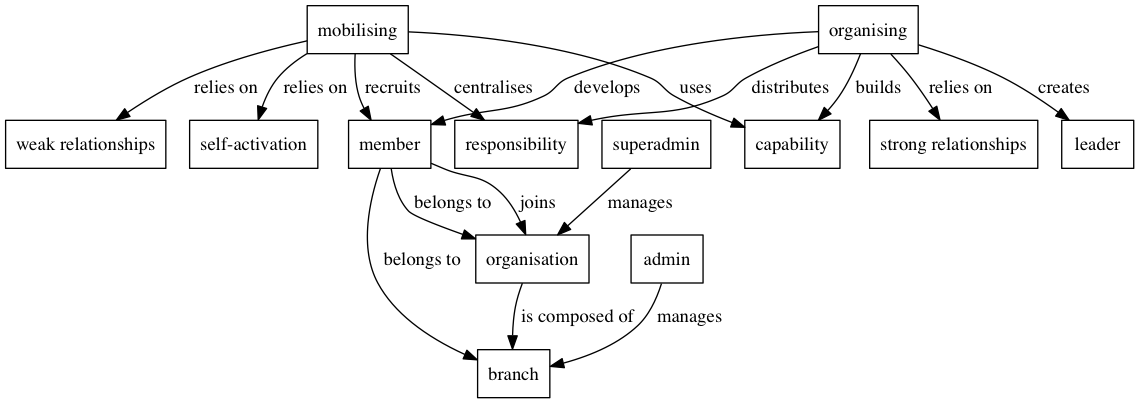
Above: concept_map.png in rabblerouser/docs (Graphviz), before the change. Its source is kept beside it as concept_map.gv.
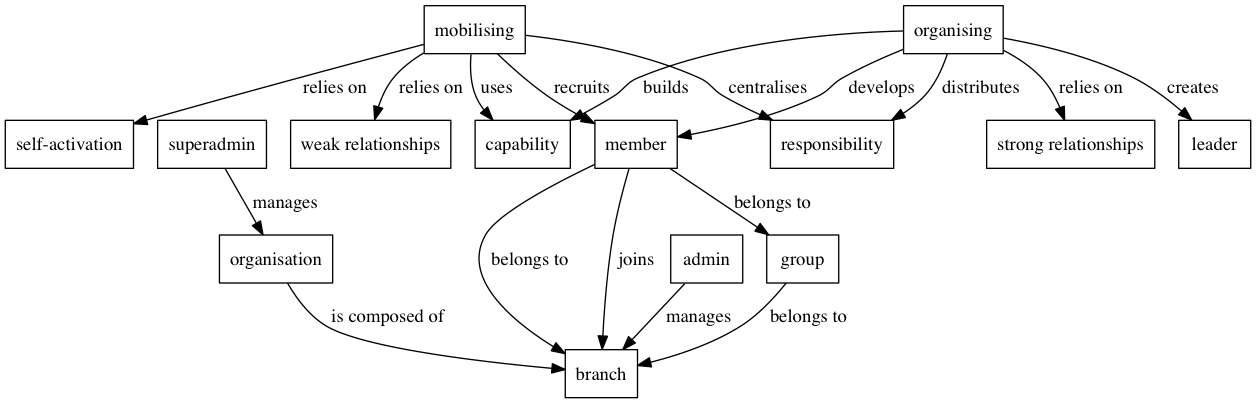
Later version of the same file.

Commit message:
update relationship between member, branch and organisation

The edit, as a diff of the source:
```diff
@@ -1,9 +1,11 @@
 digraph G {
   node [shape=rectangle]
 
-  member -> organisation [label=" joins "]
   member -> branch [label=" belongs to "]
-  member -> organisation [label=" belongs to "]
+  member -> branch [label=" joins "]
+
+  group -> branch [label=" belongs to "]
+  member -> group [label=" belongs to "]
 
   admin -> branch [label=" manages "]
   superadmin -> organisation [label=" manages "]
```
